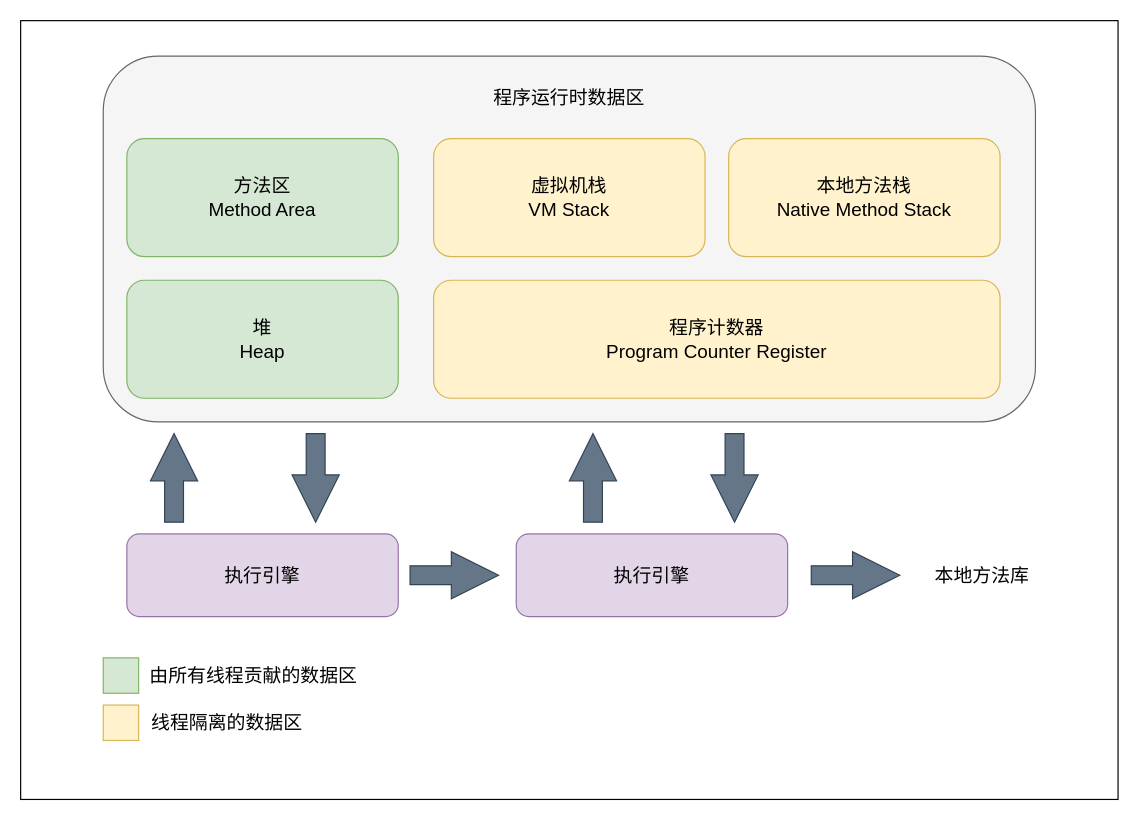
The draw.io diagram diagrams_repo/java/JVM自动内存管理机制.drawio in manlinghun/learnnote, before the edit. Source tidied: cells renumbered, new cells numbered last; positions are measured from the earlier drawing's top-left corner, leaving out a move shared by most shapes. Both pictures are drawn from the tidied source at 118%, with x=0, y=0 at pixel (20, 20).
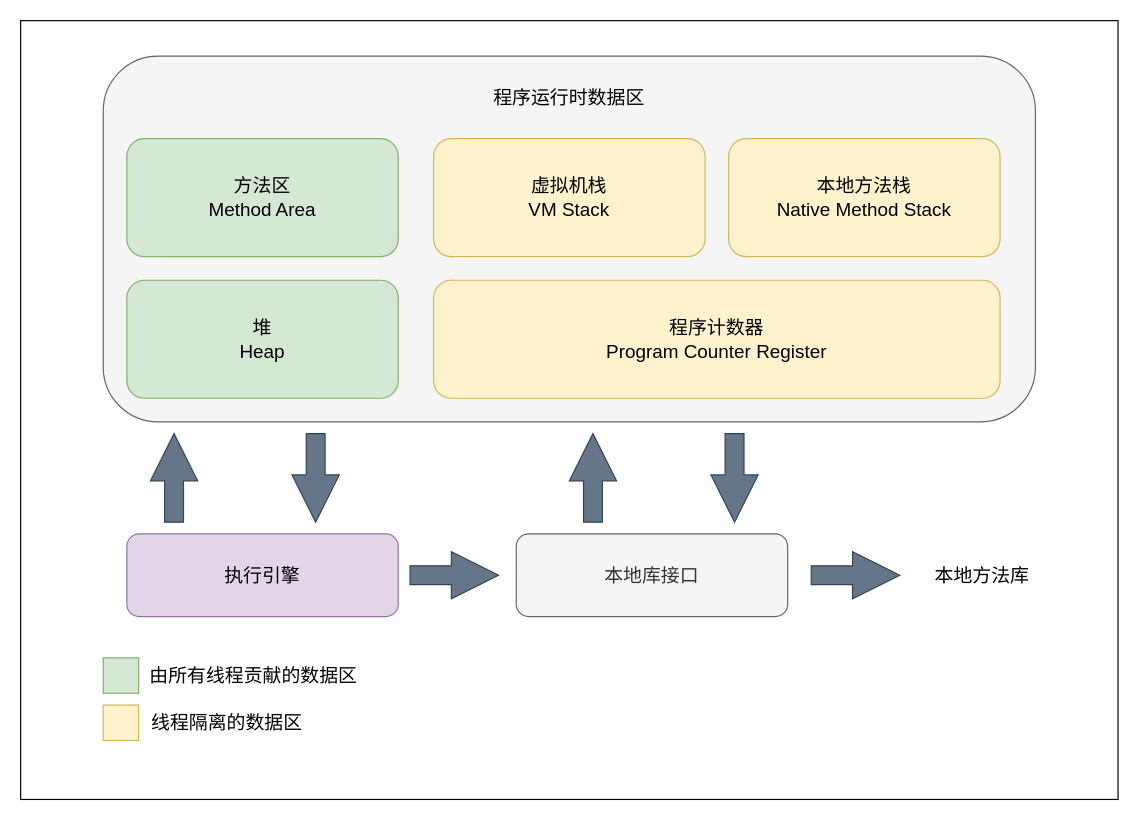
The same page after the edit.

The edit, as a diff of the source:
```diff
@@
-    <mxCell id="15" value="执行引擎" style="rounded=1;whiteSpace=wrap;html=1;fontSize=16;fillColor=#e1d5e7;strokeColor=#9673a6;" parent="1" vertex="1">
+    <mxCell id="15" value="本地库接口" style="rounded=1;whiteSpace=wrap;html=1;fontSize=16;fillColor=#f5f5f5;strokeColor=#666666;fontColor=#333333;" parent="1" vertex="1">
       <mxGeometry x="420" y="435" width="230" height="70" as="geometry" />
     </mxCell>
```
